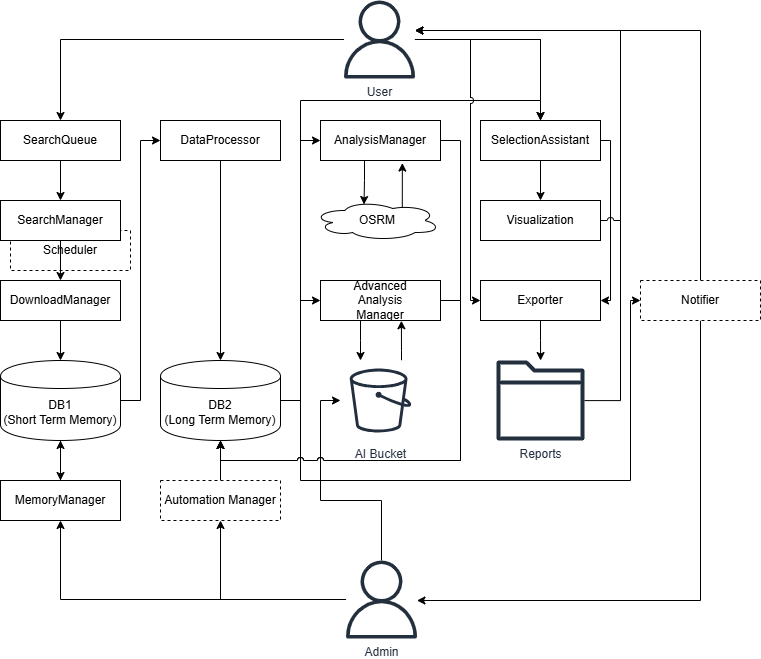
Earlier version of the draw.io export docs/estatesearch.drawio.png (CDMonsalveA/estateSearch). Source tidied: cells renumbered, new cells last; positions are measured from the earlier drawing's top-left corner, leaving out a move shared by most shapes.
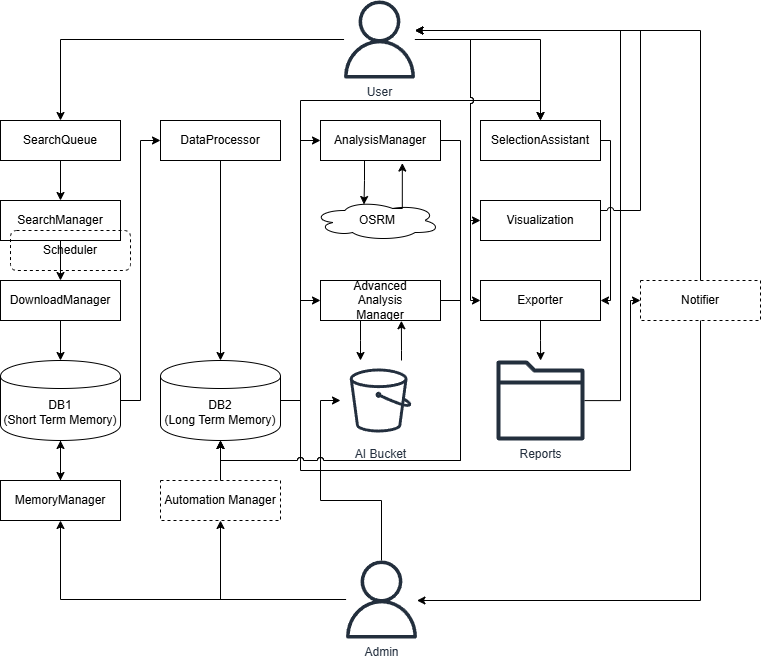
After the commit.

Diff of the diagram source:
```diff
@@ -2,7 +2,7 @@
   <root>
     <mxCell id="0" />
     <mxCell id="1" parent="0" />
-    <mxCell id="2" value="Scheduler" style="rounded=0;whiteSpace=wrap;html=1;dashed=1;" parent="1" vertex="1">
+    <mxCell id="2" value="Scheduler" style="rounded=1;whiteSpace=wrap;html=1;dashed=1;fillStyle=auto;fillColor=none;glass=0;shadow=0;" parent="1" vertex="1">
       <mxGeometry x="10" y="230" width="120" height="40" as="geometry" />
     </mxCell>
     <mxCell id="3" style="edgeStyle=orthogonalEdgeStyle;rounded=0;jettySize=auto;html=1;entryX=0;entryY=0.5;entryDx=0;entryDy=0;jumpStyle=arc;" parent="1" edge="1" source="5" target="31">
@@ -11,7 +11,7 @@
     <mxCell id="4" style="edgeStyle=orthogonalEdgeStyle;rounded=0;jettySize=auto;html=1;" parent="1" edge="1" source="5" target="38">
       <mxGeometry relative="1" as="geometry" />
     </mxCell>
-    <mxCell id="5" value="DB1&lt;div&gt;(Short Term Memory)&lt;/div&gt;" style="shape=cylinder;whiteSpace=wrap;html=1;boundedLbl=1;backgroundOutline=1;" parent="1" vertex="1">
+    <mxCell id="5" value="DB1&lt;div&gt;(Short Term Memory)&lt;/div&gt;" style="shape=cylinder;whiteSpace=wrap;html=1;boundedLbl=1;backgroundOutline=1;fillStyle=auto;fillColor=none;" parent="1" vertex="1">
       <mxGeometry y="360" width="120" height="80" as="geometry" />
     </mxCell>
     <mxCell id="6" style="edgeStyle=orthogonalEdgeStyle;rounded=0;jettySize=auto;html=1;entryX=0;entryY=0.5;entryDx=0;entryDy=0;strokeColor=default;jumpStyle=arc;" parent="1" edge="1" source="10" target="33">
@@ -33,23 +33,32 @@
       <mxGeometry relative="1" as="geometry">
         <Array as="points">
           <mxPoint x="300" y="400" />
-          <mxPoint x="300" y="480" />
-          <mxPoint x="630" y="480" />
+          <mxPoint x="300" y="470" />
+          <mxPoint x="630" y="470" />
           <mxPoint x="630" y="300" />
         </Array>
       </mxGeometry>
     </mxCell>
-    <mxCell id="10" value="DB2&lt;div&gt;(Long Term Memory)&lt;/div&gt;" style="shape=cylinder;whiteSpace=wrap;html=1;boundedLbl=1;backgroundOutline=1;" parent="1" vertex="1">
+    <mxCell id="10" value="DB2&lt;div&gt;(Long Term Memory)&lt;/div&gt;" style="shape=cylinder;whiteSpace=wrap;html=1;boundedLbl=1;backgroundOutline=1;fillColor=none;" parent="1" vertex="1">
       <mxGeometry x="160" y="360" width="120" height="80" as="geometry" />
     </mxCell>
-    <mxCell id="11" style="edgeStyle=orthogonalEdgeStyle;rounded=0;jettySize=auto;html=1;jumpStyle=arc;" parent="1" edge="1" source="15" target="23">
+    <mxCell id="11" style="edgeStyle=orthogonalEdgeStyle;rounded=0;jettySize=auto;html=1;jumpStyle=arc;flowAnimation=0;flowAnimationTimingFunction=linear;fixDash=0;noJump=0;" parent="1" edge="1" source="15" target="23">
       <mxGeometry relative="1" as="geometry" />
     </mxCell>
     <mxCell id="12" style="edgeStyle=orthogonalEdgeStyle;rounded=0;jettySize=auto;html=1;entryX=0.5;entryY=0;entryDx=0;entryDy=0;" parent="1" edge="1" source="15" target="40">
-      <mxGeometry relative="1" as="geometry" />
+      <mxGeometry relative="1" as="geometry">
+        <Array as="points">
+          <mxPoint x="540" y="39" />
+        </Array>
+      </mxGeometry>
     </mxCell>
     <mxCell id="13" style="edgeStyle=orthogonalEdgeStyle;rounded=0;jettySize=auto;html=1;jumpStyle=arc;" parent="1" edge="1" source="15" target="42">
-      <mxGeometry relative="1" as="geometry" />
+      <mxGeometry relative="1" as="geometry">
+        <Array as="points">
+          <mxPoint x="470" y="39" />
+          <mxPoint x="470" y="220" />
+        </Array>
+      </mxGeometry>
     </mxCell>
     <mxCell id="14" style="edgeStyle=orthogonalEdgeStyle;rounded=0;jettySize=auto;html=1;entryX=0;entryY=0.5;entryDx=0;entryDy=0;flowAnimation=0;curved=0;jumpStyle=arc;" parent="1" edge="1" source="15" target="44">
       <mxGeometry relative="1" as="geometry">
@@ -87,25 +96,25 @@
         </Array>
       </mxGeometry>
     </mxCell>
-    <mxCell id="21" value="OSRM" style="ellipse;shape=cloud;whiteSpace=wrap;html=1;" parent="1" vertex="1">
+    <mxCell id="21" value="OSRM" style="ellipse;shape=cloud;whiteSpace=wrap;html=1;fillColor=none;" parent="1" vertex="1">
       <mxGeometry x="312.5" y="200" width="127.5" height="40" as="geometry" />
     </mxCell>
     <mxCell id="22" style="edgeStyle=orthogonalEdgeStyle;rounded=0;jettySize=auto;html=1;jumpStyle=arc;" parent="1" edge="1" source="23" target="25">
       <mxGeometry relative="1" as="geometry" />
     </mxCell>
-    <mxCell id="23" value="SearchQueue" style="rounded=0;whiteSpace=wrap;html=1;" parent="1" vertex="1">
+    <mxCell id="23" value="SearchQueue" style="rounded=0;whiteSpace=wrap;html=1;fillStyle=auto;fillColor=none;" parent="1" vertex="1">
       <mxGeometry y="120" width="120" height="40" as="geometry" />
     </mxCell>
     <mxCell id="24" style="edgeStyle=orthogonalEdgeStyle;rounded=0;jettySize=auto;html=1;jumpStyle=arc;" parent="1" edge="1" source="25" target="27">
       <mxGeometry relative="1" as="geometry" />
     </mxCell>
-    <mxCell id="25" value="SearchManager" style="rounded=0;whiteSpace=wrap;html=1;" parent="1" vertex="1">
+    <mxCell id="25" value="SearchManager" style="rounded=0;whiteSpace=wrap;html=1;fillStyle=auto;fillColor=none;" parent="1" vertex="1">
       <mxGeometry y="200" width="120" height="40" as="geometry" />
     </mxCell>
     <mxCell id="26" style="edgeStyle=orthogonalEdgeStyle;rounded=0;jettySize=auto;html=1;jumpStyle=arc;" parent="1" edge="1" source="27" target="5">
       <mxGeometry relative="1" as="geometry" />
     </mxCell>
-    <mxCell id="27" value="DownloadManager" style="rounded=0;whiteSpace=wrap;html=1;" parent="1" vertex="1">
+    <mxCell id="27" value="DownloadManager" style="rounded=0;whiteSpace=wrap;html=1;fillStyle=auto;fillColor=none;" parent="1" vertex="1">
       <mxGeometry y="280" width="120" height="40" as="geometry" />
     </mxCell>
     <mxCell id="28" style="edgeStyle=orthogonalEdgeStyle;rounded=0;jettySize=auto;html=1;entryX=0.674;entryY=1.006;entryDx=0;entryDy=0;entryPerimeter=0;" parent="1" edge="1" source="29" target="36">
@@ -116,13 +125,13 @@
         </Array>
       </mxGeometry>
     </mxCell>
-    <mxCell id="29" value="AI Bucket" style="sketch=0;outlineConnect=0;fontColor=#232F3E;gradientColor=none;strokeColor=#232F3E;fillColor=#ffffff;dashed=0;verticalLabelPosition=bottom;verticalAlign=top;align=center;html=1;fontSize=12;fontStyle=0;shape=mxgraph.aws4.resourceIcon;resIcon=mxgraph.aws4.bucket;" parent="1" vertex="1">
+    <mxCell id="29" value="AI Bucket" style="outlineConnect=0;fontColor=#232F3E;gradientColor=none;strokeColor=#232F3E;fillColor=none;dashed=0;verticalLabelPosition=bottom;verticalAlign=top;align=center;html=1;fontSize=12;fontStyle=0;shape=mxgraph.aws4.resourceIcon;resIcon=mxgraph.aws4.bucket;" parent="1" vertex="1">
       <mxGeometry x="340" y="360" width="80" height="80" as="geometry" />
     </mxCell>
     <mxCell id="30" style="edgeStyle=orthogonalEdgeStyle;rounded=0;jettySize=auto;html=1;entryX=0.5;entryY=0;entryDx=0;entryDy=0;jumpStyle=arc;" parent="1" edge="1" source="31" target="10">
       <mxGeometry relative="1" as="geometry" />
     </mxCell>
-    <mxCell id="31" value="DataProcessor" style="rounded=0;whiteSpace=wrap;html=1;" parent="1" vertex="1">
+    <mxCell id="31" value="DataProcessor" style="rounded=0;whiteSpace=wrap;html=1;fillColor=none;" parent="1" vertex="1">
       <mxGeometry x="160" y="120" width="120" height="40" as="geometry" />
     </mxCell>
     <mxCell id="32" style="edgeStyle=orthogonalEdgeStyle;rounded=0;jettySize=auto;html=1;entryX=0.5;entryY=1;entryDx=0;entryDy=0;jumpStyle=arc;" parent="1" edge="1" source="33" target="10">
@@ -134,7 +143,7 @@
         </Array>
       </mxGeometry>
     </mxCell>
-    <mxCell id="33" value="AnalysisManager" style="rounded=0;whiteSpace=wrap;html=1;" parent="1" vertex="1">
+    <mxCell id="33" value="AnalysisManager" style="rounded=0;whiteSpace=wrap;html=1;fillColor=none;" parent="1" vertex="1">
       <mxGeometry x="320" y="120" width="120" height="40" as="geometry" />
     </mxCell>
     <mxCell id="34" style="edgeStyle=orthogonalEdgeStyle;rounded=0;jettySize=auto;html=1;entryX=0.5;entryY=1;entryDx=0;entryDy=0;jumpStyle=arc;" parent="1" edge="1" source="36" target="10">
@@ -154,13 +163,13 @@
         </Array>
       </mxGeometry>
     </mxCell>
-    <mxCell id="36" value="Advanced&lt;div&gt;Analysis&lt;/div&gt;&lt;div&gt;Manager&lt;/div&gt;" style="rounded=0;whiteSpace=wrap;html=1;" parent="1" vertex="1">
+    <mxCell id="36" value="Advanced&lt;div&gt;Analysis&lt;/div&gt;&lt;div&gt;Manager&lt;/div&gt;" style="rounded=0;whiteSpace=wrap;html=1;fillColor=none;" parent="1" vertex="1">
       <mxGeometry x="320" y="280" width="120" height="40" as="geometry" />
     </mxCell>
     <mxCell id="37" style="edgeStyle=orthogonalEdgeStyle;rounded=0;jettySize=auto;html=1;" parent="1" edge="1" source="38" target="5">
       <mxGeometry relative="1" as="geometry" />
     </mxCell>
-    <mxCell id="38" value="MemoryManager" style="rounded=0;whiteSpace=wrap;html=1;" parent="1" vertex="1">
+    <mxCell id="38" value="MemoryManager" style="rounded=0;whiteSpace=wrap;html=1;fillStyle=auto;fillColor=none;" parent="1" vertex="1">
       <mxGeometry y="480" width="120" height="40" as="geometry" />
     </mxCell>
     <mxCell id="39" style="edgeStyle=orthogonalEdgeStyle;rounded=0;jettySize=auto;html=1;jumpStyle=arc;" parent="1" edge="1" source="40" target="44">
@@ -171,24 +180,24 @@
         </Array>
       </mxGeometry>
     </mxCell>
-    <mxCell id="40" value="SelectionAssistant" style="rounded=0;whiteSpace=wrap;html=1;" parent="1" vertex="1">
+    <mxCell id="40" value="SelectionAssistant" style="rounded=0;whiteSpace=wrap;html=1;fillColor=none;" parent="1" vertex="1">
       <mxGeometry x="480" y="120" width="120" height="40" as="geometry" />
     </mxCell>
     <mxCell id="41" style="edgeStyle=orthogonalEdgeStyle;rounded=0;jettySize=auto;html=1;jumpStyle=arc;" parent="1" edge="1" source="42" target="15">
       <mxGeometry relative="1" as="geometry">
         <Array as="points">
-          <mxPoint x="620" y="220" />
-          <mxPoint x="620" y="30" />
+          <mxPoint x="640" y="210" />
+          <mxPoint x="640" y="30" />
         </Array>
       </mxGeometry>
     </mxCell>
-    <mxCell id="42" value="Visualization" style="rounded=0;whiteSpace=wrap;html=1;" parent="1" vertex="1">
+    <mxCell id="42" value="Visualization" style="rounded=0;whiteSpace=wrap;html=1;fillColor=none;" parent="1" vertex="1">
       <mxGeometry x="480" y="200" width="120" height="40" as="geometry" />
     </mxCell>
     <mxCell id="43" style="edgeStyle=orthogonalEdgeStyle;rounded=0;jettySize=auto;html=1;" parent="1" edge="1" source="44" target="51">
       <mxGeometry relative="1" as="geometry" />
     </mxCell>
-    <mxCell id="44" value="Exporter" style="rounded=0;whiteSpace=wrap;html=1;" parent="1" vertex="1">
+    <mxCell id="44" value="Exporter" style="rounded=0;whiteSpace=wrap;html=1;fillColor=none;" parent="1" vertex="1">
       <mxGeometry x="480" y="280" width="120" height="40" as="geometry" />
     </mxCell>
     <mxCell id="45" style="edgeStyle=orthogonalEdgeStyle;rounded=0;jettySize=auto;html=1;" parent="1" edge="1" source="47" target="15">
@@ -205,13 +214,13 @@
         </Array>
       </mxGeometry>
     </mxCell>
-    <mxCell id="47" value="Notifier" style="rounded=0;whiteSpace=wrap;html=1;dashed=1;" parent="1" vertex="1">
+    <mxCell id="47" value="Notifier" style="rounded=0;whiteSpace=wrap;html=1;dashed=1;fillColor=none;" parent="1" vertex="1">
       <mxGeometry x="640" y="280" width="120" height="40" as="geometry" />
     </mxCell>
     <mxCell id="48" style="edgeStyle=orthogonalEdgeStyle;rounded=0;jettySize=auto;html=1;" parent="1" edge="1" source="49" target="10">
       <mxGeometry relative="1" as="geometry" />
     </mxCell>
-    <mxCell id="49" value="Automation Manager" style="rounded=0;whiteSpace=wrap;html=1;dashed=1;" parent="1" vertex="1">
+    <mxCell id="49" value="Automation Manager" style="rounded=0;whiteSpace=wrap;html=1;dashed=1;fillColor=none;" parent="1" vertex="1">
       <mxGeometry x="160" y="480" width="120" height="40" as="geometry" />
     </mxCell>
     <mxCell id="50" style="edgeStyle=orthogonalEdgeStyle;rounded=0;jettySize=auto;html=1;" parent="1" edge="1" source="51" target="15">
@@ -222,7 +231,7 @@
         </Array>
       </mxGeometry>
     </mxCell>
-    <mxCell id="51" value="Reports" style="sketch=0;outlineConnect=0;fontColor=#232F3E;gradientColor=none;fillColor=#232F3D;strokeColor=none;dashed=0;verticalLabelPosition=bottom;verticalAlign=top;align=center;html=1;fontSize=12;fontStyle=0;shape=mxgraph.aws4.folder;" parent="1" vertex="1">
+    <mxCell id="51" value="Reports" style="outlineConnect=0;fontColor=#232F3E;gradientColor=none;fillColor=#232F3D;strokeColor=none;dashed=0;verticalLabelPosition=bottom;verticalAlign=top;align=center;html=1;fontSize=12;fontStyle=0;shape=mxgraph.aws4.folder;" parent="1" vertex="1">
       <mxGeometry x="496.1" y="360" width="87.9" height="80" as="geometry" />
     </mxCell>
     <mxCell id="52" style="edgeStyle=orthogonalEdgeStyle;rounded=0;jettySize=auto;html=1;entryX=0.4;entryY=0.1;entryDx=0;entryDy=0;entryPerimeter=0;" parent="1" edge="1" source="33" target="21">
```
